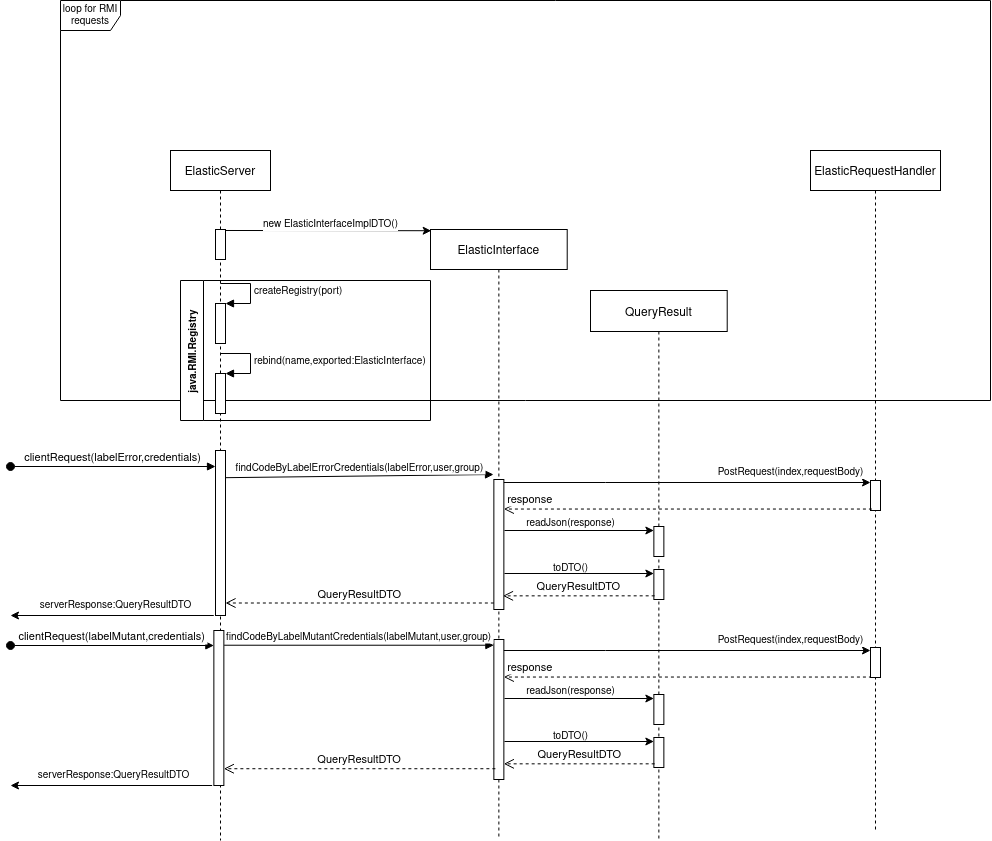
Above: docs/sequenceElasticFacade.drawio.png in josura/Error-classification-ISD (draw.io), before the change. Source tidied: cells renumbered, new cells last; positions are measured from the earlier drawing's top-left corner, leaving out a move shared by most shapes.
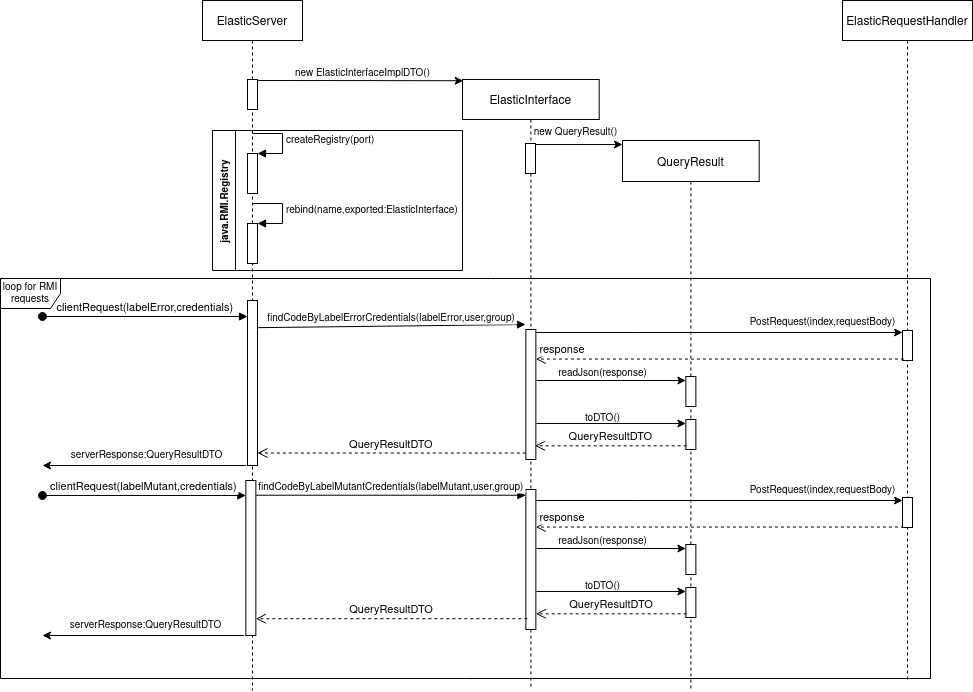
Above is the later version.

Change to the diagram source:
```diff
@@ -3,7 +3,7 @@
     <mxCell id="0" />
     <mxCell id="1" parent="0" />
     <mxCell id="2" value="loop for RMI requests" style="shape=umlFrame;whiteSpace=wrap;html=1;fontSize=10;" parent="1" vertex="1">
-      <mxGeometry x="50" width="930" height="400" as="geometry" />
+      <mxGeometry x="-42" y="428" width="930" height="400" as="geometry" />
     </mxCell>
     <mxCell id="3" value="ElasticServer" style="shape=umlLifeline;perimeter=lifelinePerimeter;rounded=0;shadow=0;strokeWidth=1;" parent="1" vertex="1">
       <mxGeometry x="160" y="150" width="100" height="690" as="geometry" />
@@ -208,5 +208,18 @@
     <mxCell id="50" style="perimeter=orthogonalPerimeter;rounded=0;shadow=0;strokeWidth=1;" parent="1" vertex="1">
       <mxGeometry x="860" y="647" width="10" height="30" as="geometry" />
     </mxCell>
+    <mxCell id="51" style="points=[];perimeter=orthogonalPerimeter;rounded=0;shadow=0;strokeWidth=1;" parent="1" vertex="1">
+      <mxGeometry x="483" y="293" width="10" height="30" as="geometry" />
+    </mxCell>
+    <mxCell id="52" style="endArrow=classic;html=1;rounded=0;fontSize=10;exitX=1.021;exitY=0.033;exitDx=0;exitDy=0;exitPerimeter=0;" parent="1" edge="1" source="51">
+      <mxGeometry relative="1" as="geometry">
+        <mxPoint x="580" y="294" as="targetPoint" />
+      </mxGeometry>
+    </mxCell>
+    <mxCell id="53" value="new QueryResult()" style="edgeLabel;html=1;align=center;verticalAlign=middle;fontSize=10;" parent="52" vertex="1">
+      <mxGeometry x="-0.08" y="-1" relative="1" as="geometry">
+        <mxPoint x="-1" y="-13" as="offset" />
+      </mxGeometry>
+    </mxCell>
   </root>
 </mxGraphModel>
```
